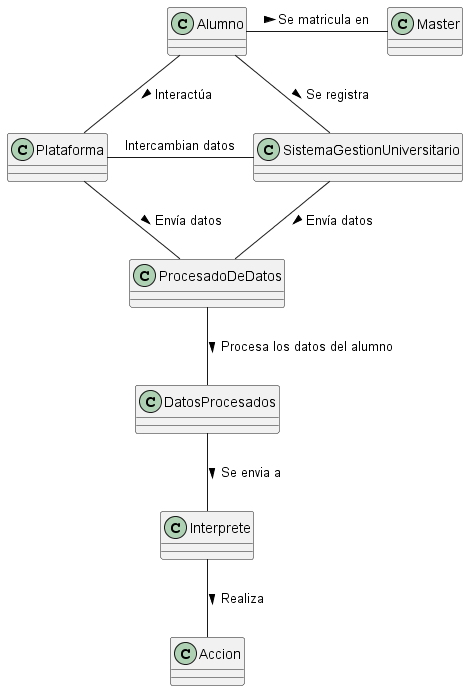
Above: 000-entregas/Grupo1/images/Clases.png in mmasias/IdSw1-22-23 (PlantUML), before the change.
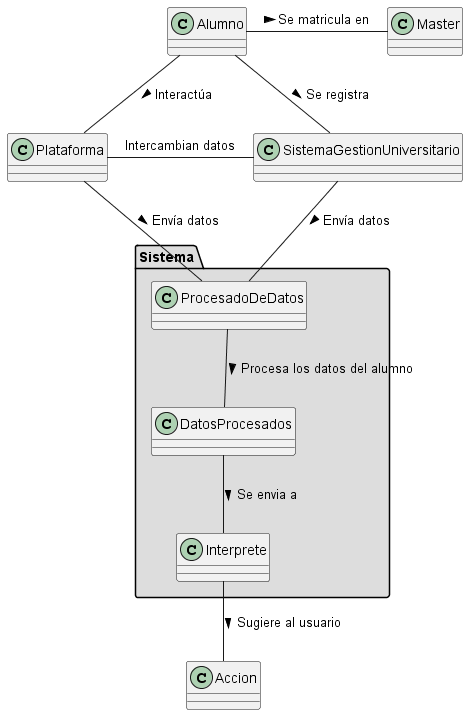
The same diagram one commit later.

Diff of the diagram source:
```diff
@@ -1,4 +1,11 @@
 @startuml Clases
+
+
+package "Sistema" #DDDDDD {
+    class ProcesadoDeDatos
+    class DatosProcesados
+    class Interprete
+}
 
 Alumno -r- Master : Se matricula en >
 Alumno -- Plataforma : Interactúa >
@@ -14,6 +21,6 @@
 
 DatosProcesados -- Interprete : Se envia a >
 
-Interprete -- Accion : Realiza >
+Interprete -- Accion : Sugiere al usuario >
 
 @enduml
```
